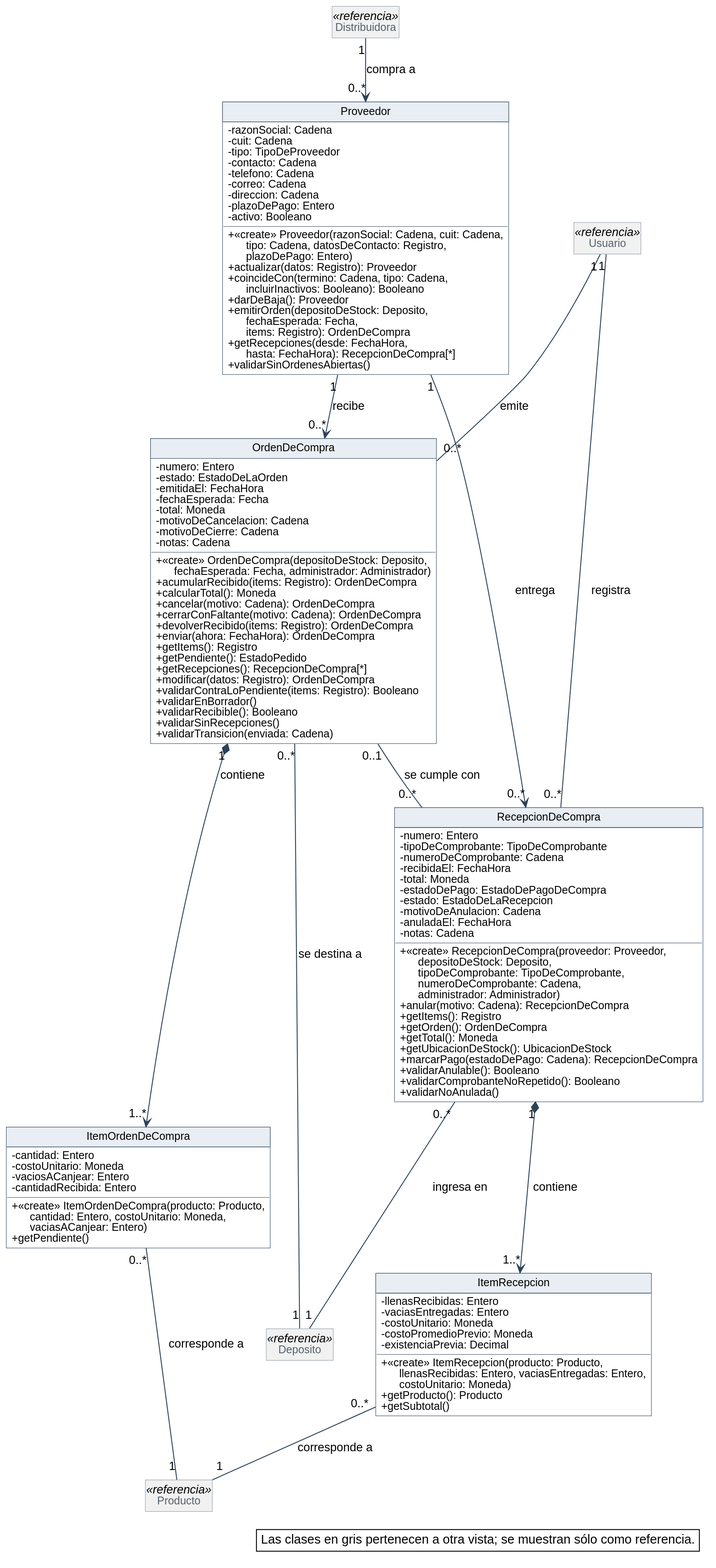
The PlantUML diagram diagramas/clases-diseno/DC_Compras.svg in Nahuelito-Dev/splg-docs, before a commit.
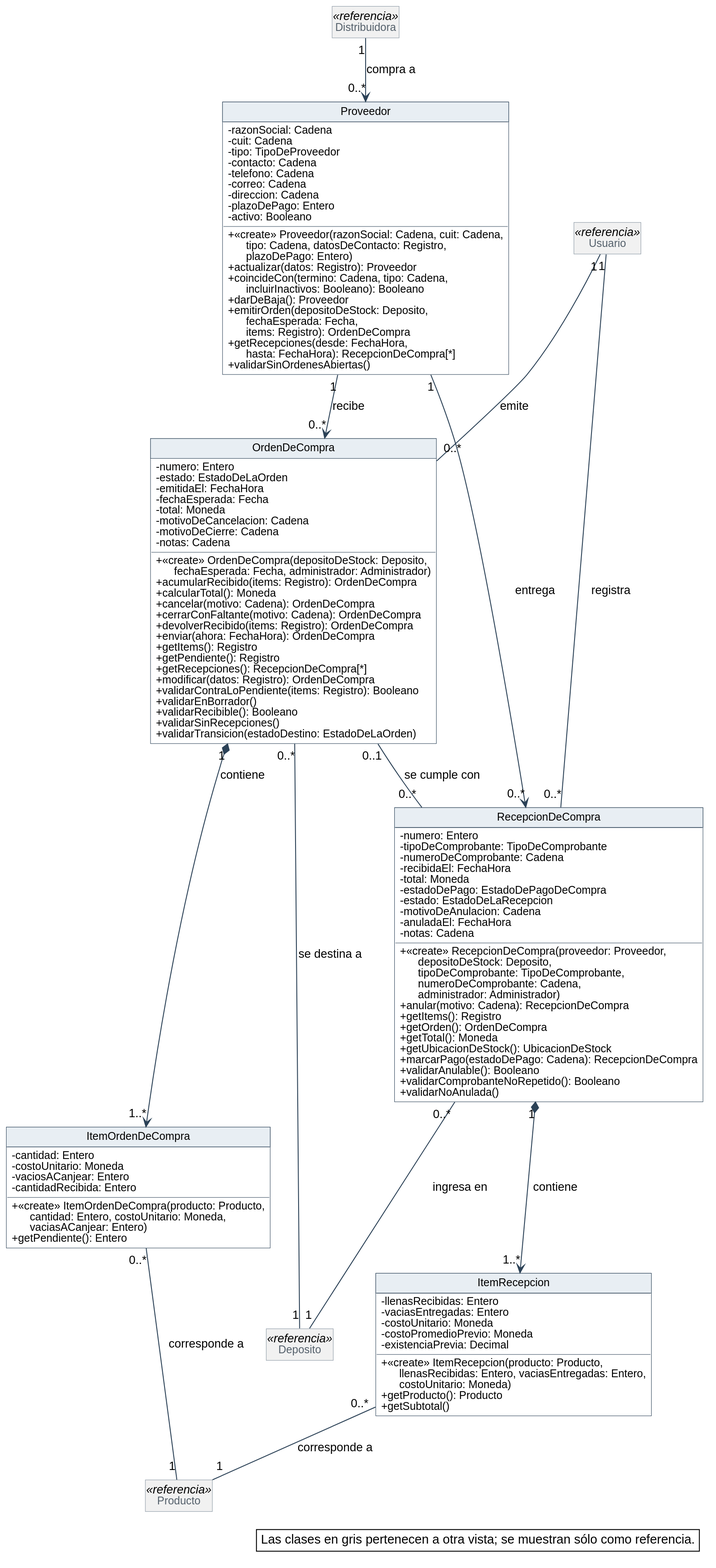
The same diagram one commit later.

What changed in the source:
```diff
@@ -92,14 +92,14 @@
   + devolverRecibido(items: Registro): OrdenDeCompra
   + enviar(ahora: FechaHora): OrdenDeCompra
   + getItems(): Registro
-  + getPendiente(): EstadoPedido
+  + getPendiente(): Registro
   + getRecepciones(): RecepcionDeCompra[*]
   + modificar(datos: Registro): OrdenDeCompra
   + validarContraLoPendiente(items: Registro): Booleano
   + validarEnBorrador()
   + validarRecibible(): Booleano
   + validarSinRecepciones()
-  + validarTransicion(enviada: Cadena)
+  + validarTransicion(estadoDestino: EstadoDeLaOrden)
 }
 class ItemOrdenDeCompra {
   - cantidad: Entero
@@ -107,7 +107,7 @@
   - vaciosACanjear: Entero
   - cantidadRecibida: Entero
   + «create» ItemOrdenDeCompra(producto: Producto,\n      cantidad: Entero, costoUnitario: Moneda,\n      vaciasACanjear: Entero)
-  + getPendiente()
+  + getPendiente(): Entero
 }
 class RecepcionDeCompra {
   - numero: Entero
```
